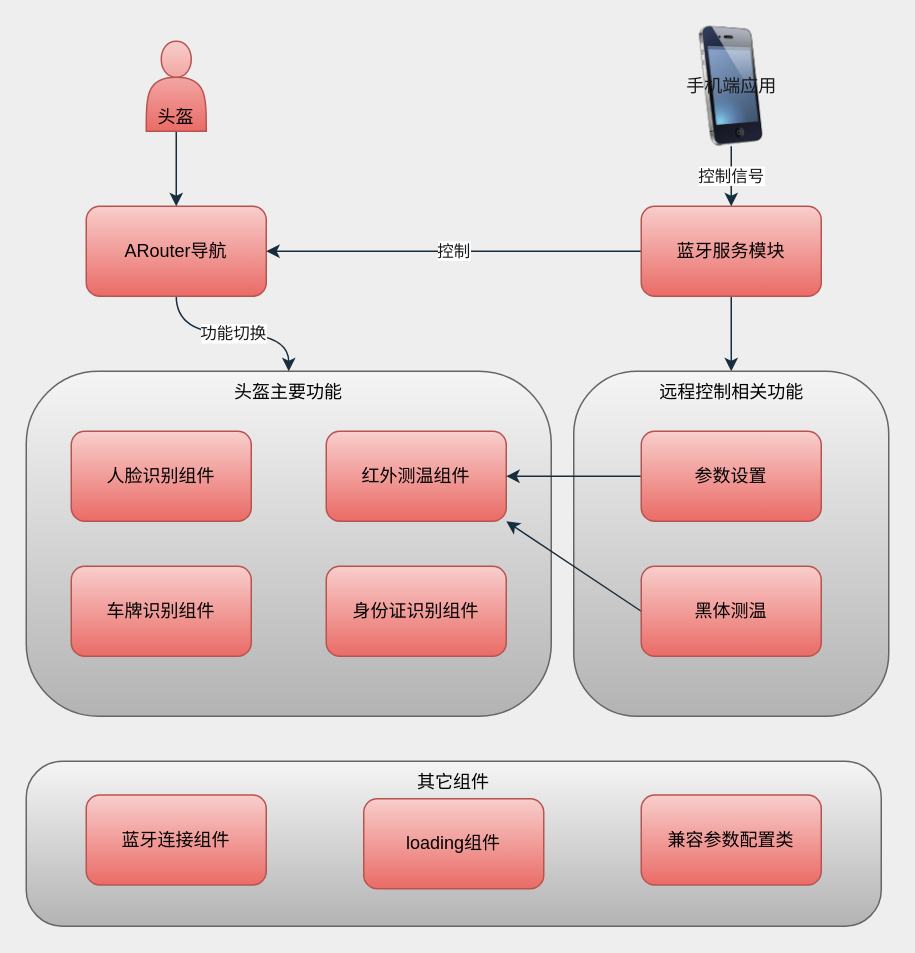
This is XN277头盔端架构说明.drawio from ColonelDarcy2018/excelsior, a draw.io file, before an edit. Source tidied: cells renumbered, new cells numbered last; positions are measured from the earlier drawing's top-left corner, leaving out a move shared by most shapes. Both pictures are drawn from the tidied source at 150%, with x=0, y=0 at pixel (26, 26).
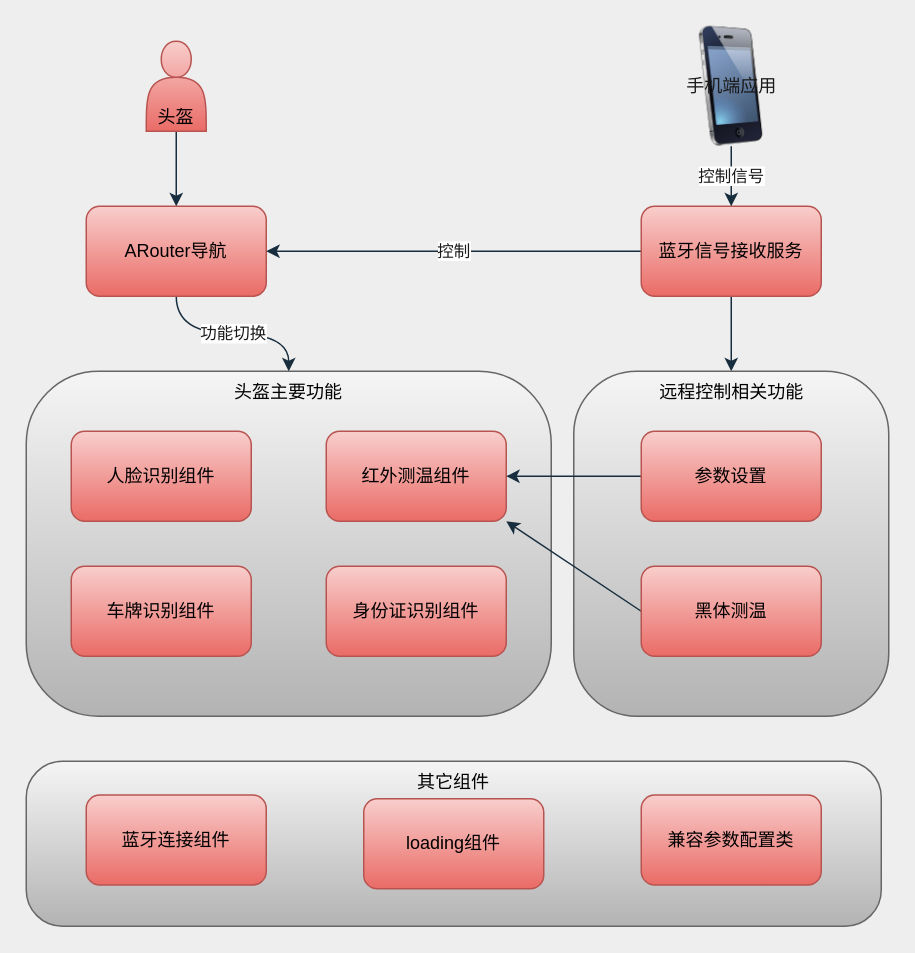
After the change.

Commit message:
Update XN277头盔端架构说明.drawio

The edit, as a diff of the source:
```diff
@@
-    <mxCell id="10" value="蓝牙服务模块" style="whiteSpace=wrap;html=1;fillColor=#f8cecc;strokeColor=#b85450;rounded=1;gradientColor=#ea6b66;" parent="1" vertex="1">
+    <mxCell id="10" value="蓝牙信号接收服务" style="whiteSpace=wrap;html=1;fillColor=#f8cecc;strokeColor=#b85450;rounded=1;gradientColor=#ea6b66;" parent="1" vertex="1">
       <mxGeometry x="410" y="120" width="120" height="60" as="geometry" />
     </mxCell>
```
